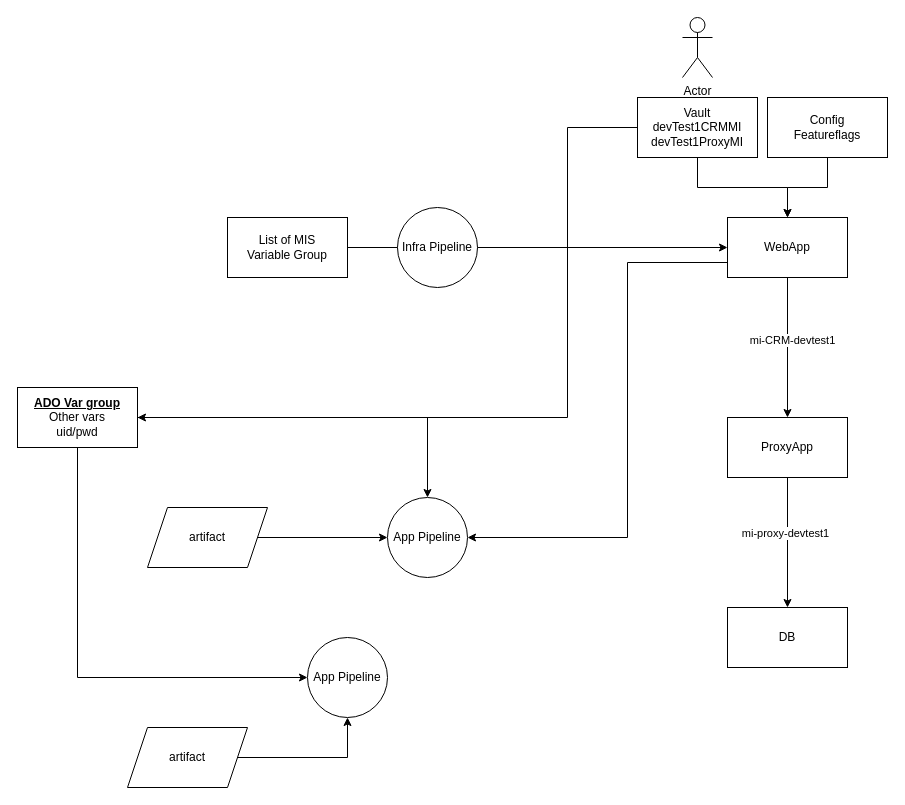
vjavle/invoicecloud keeps this draw.io diagram as infra/VaultConfigMI.drawio. Above is the earlier version. Source tidied: cells renumbered, new cells numbered last; positions are measured from the earlier drawing's top-left corner, leaving out a move shared by most shapes. Both pictures are drawn from the tidied source at 100%, with x=0, y=0 at pixel (17, 17).
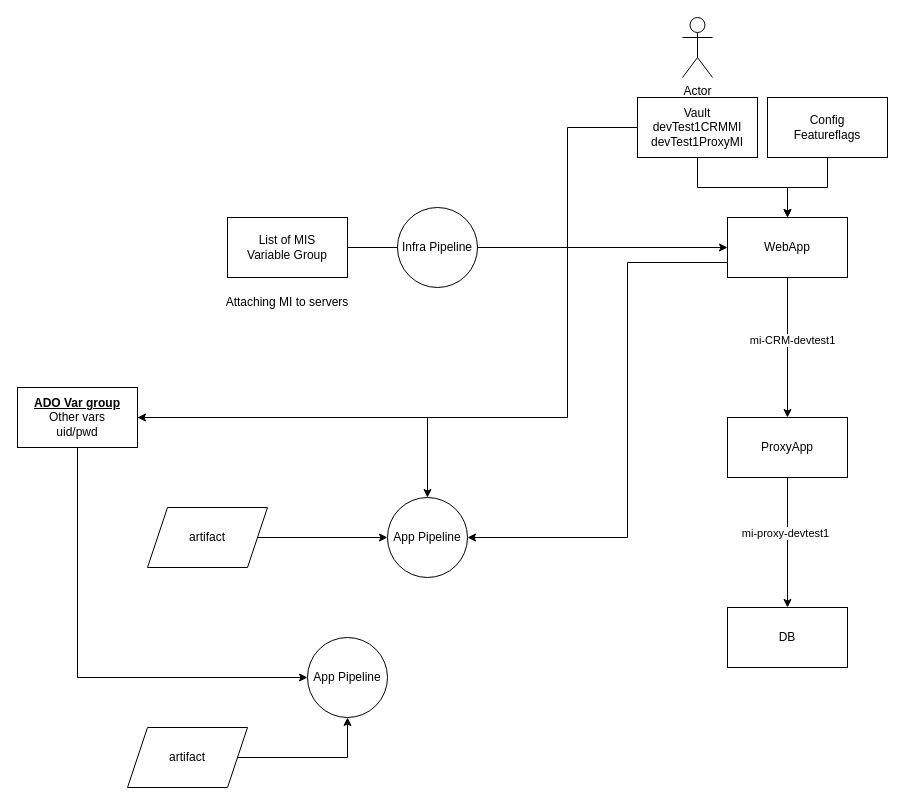
The same diagram, later.

Diff of the diagram source:
```diff
@@
+    <mxCell id="28" value="Attaching MI to servers" style="text;html=1;strokeColor=none;fillColor=none;align=center;verticalAlign=middle;whiteSpace=wrap;rounded=0;" parent="1" vertex="1">
+      <mxGeometry x="195" y="270" width="150" height="30" as="geometry" />
+    </mxCell>
```
